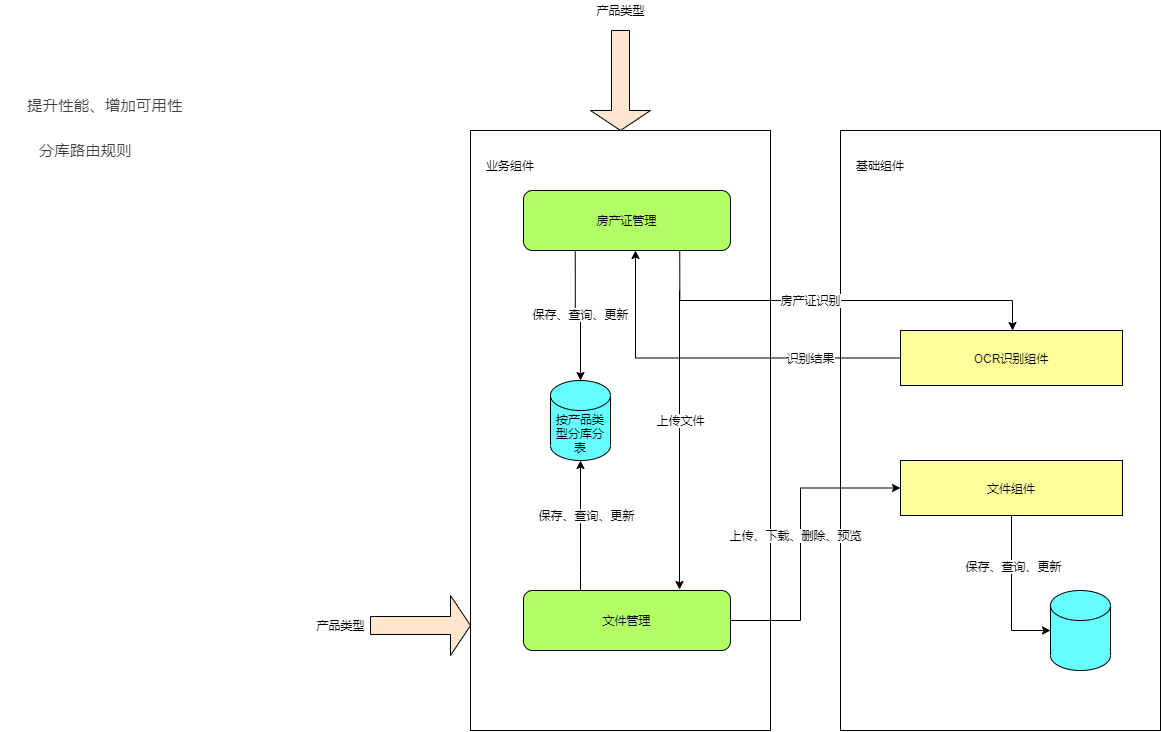
Above: 新金融公共组件.drawio.png in yangjian433/yj (draw.io), before the change. Source tidied: cells renumbered, new cells last; positions are measured from the earlier drawing's top-left corner, leaving out a move shared by most shapes.
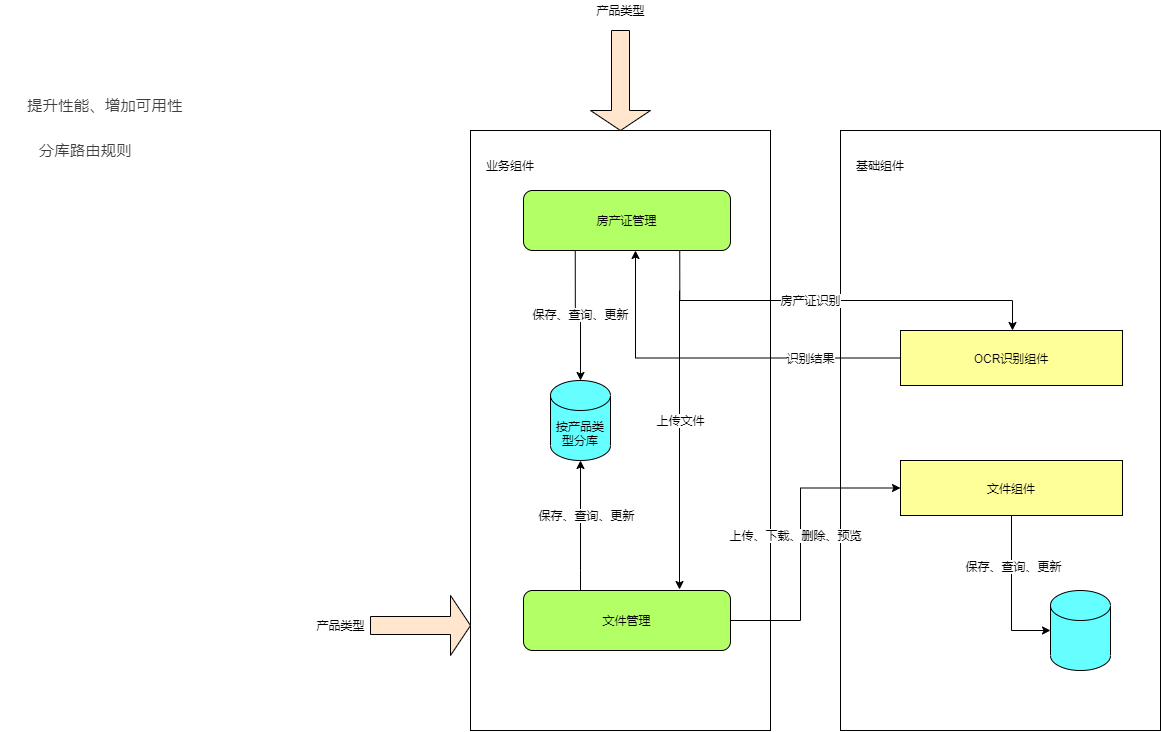
The same file after the commit.

Commit message:
Update 新金融公共组件.drawio.png

Change to the diagram source:
```diff
@@ -34,7 +34,7 @@
     <mxCell id="8" value="房产证管理" style="rounded=1;whiteSpace=wrap;html=1;fillColor=#B3FF66;" parent="1" vertex="1">
       <mxGeometry x="523" y="190" width="207" height="60" as="geometry" />
     </mxCell>
-    <mxCell id="9" value="按产品类型分库分表" style="shape=cylinder3;whiteSpace=wrap;html=1;boundedLbl=1;backgroundOutline=1;size=15;fillColor=#66FFFF;" parent="1" vertex="1">
+    <mxCell id="9" value="按产品类型分库" style="shape=cylinder3;whiteSpace=wrap;html=1;boundedLbl=1;backgroundOutline=1;size=15;fillColor=#66FFFF;" parent="1" vertex="1">
       <mxGeometry x="550" y="380" width="60" height="80" as="geometry" />
     </mxCell>
     <mxCell id="10" style="edgeStyle=orthogonalEdgeStyle;rounded=0;jettySize=auto;html=1;exitX=0;exitY=0.5;exitDx=0;exitDy=0;entryX=0.5;entryY=1;entryDx=0;entryDy=0;" parent="1" edge="1" source="14">
```
